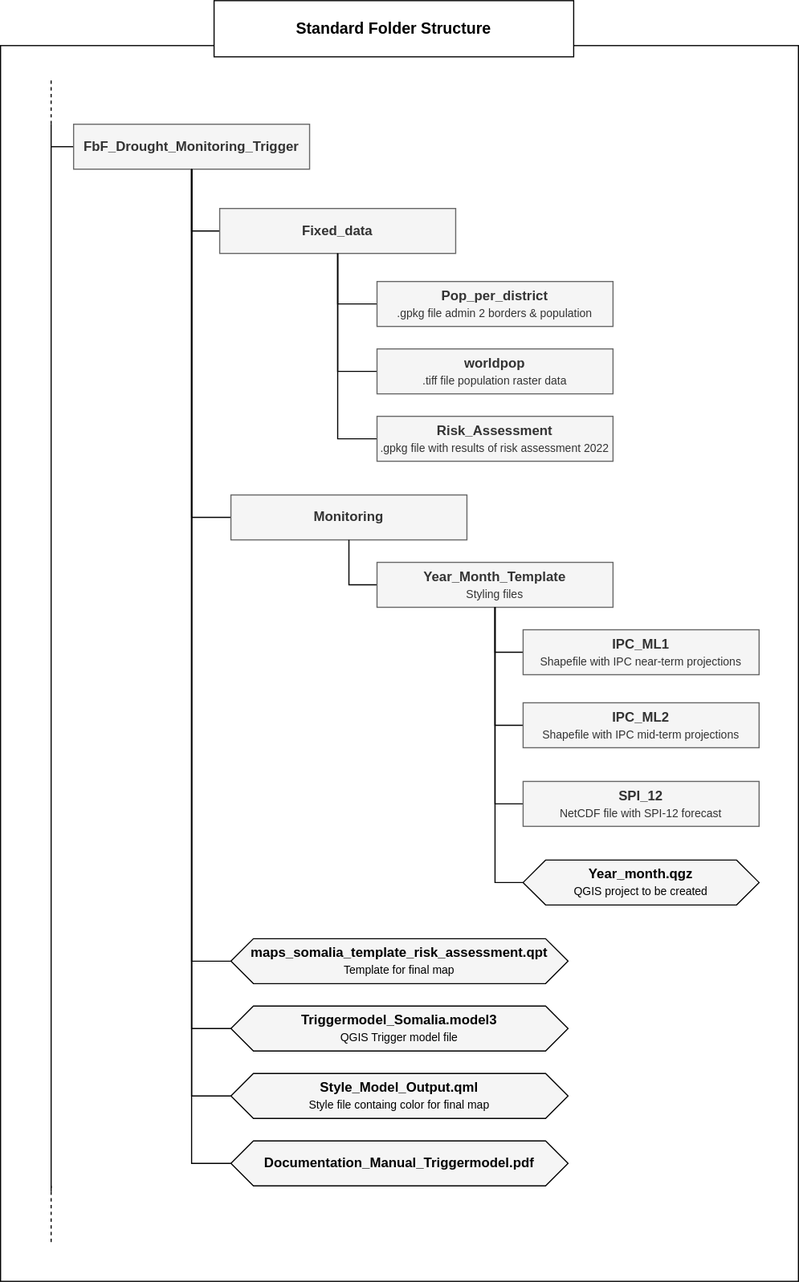
Above: _images/Folder_structure_FbF_Drought_Monitoring_Trigger.drawio.svg in nanometrenat/gis-training-resource-center (draw.io), before the change. Source tidied: cells renumbered, new cells last; positions are measured from the earlier drawing's top-left corner, leaving out a move shared by most shapes.
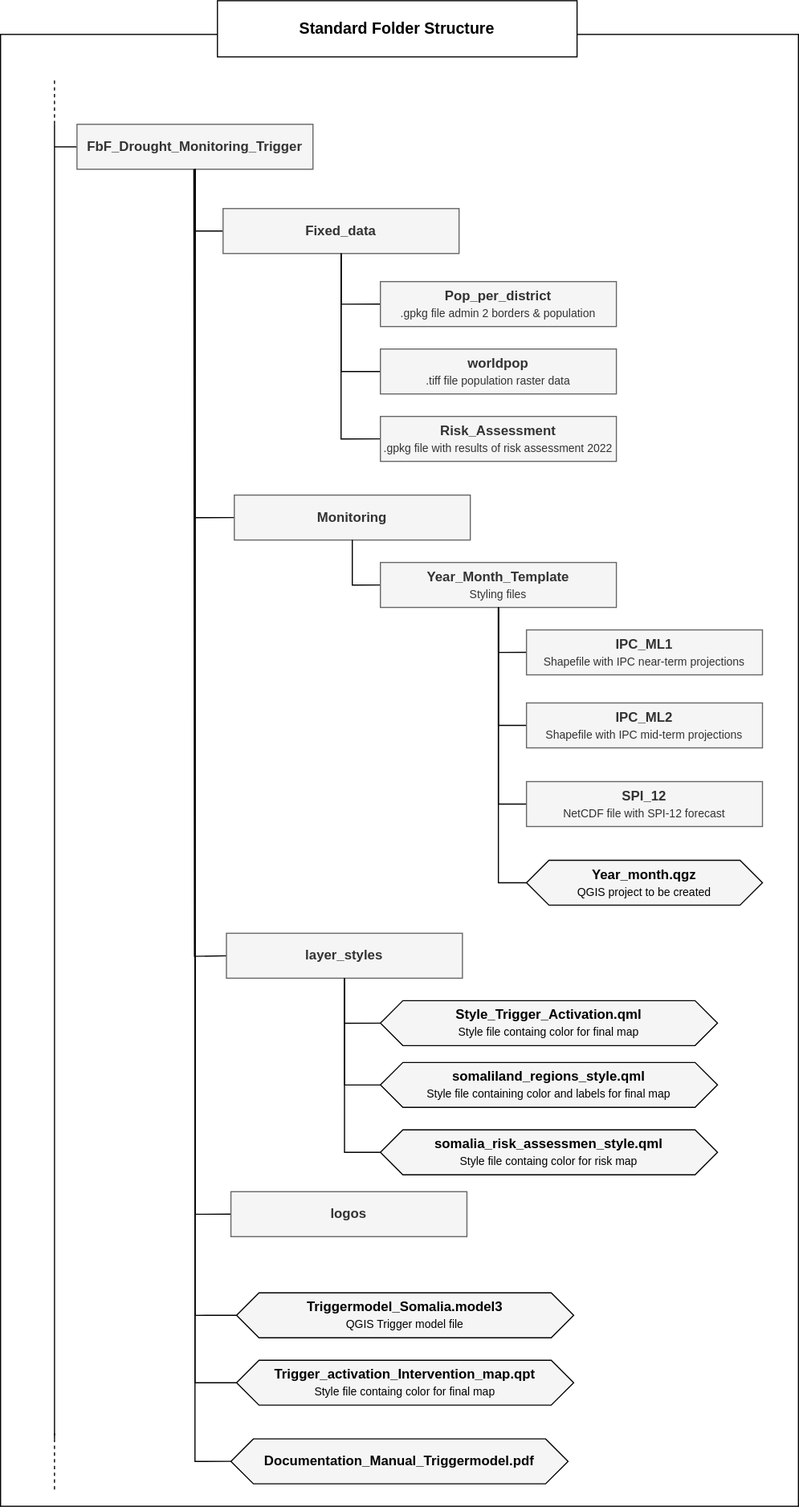
Later version of the same file.

Commit message:
deploy: adf7c425bab0e7fe74fbc9415118c33615008d20

What changed in the source:
```diff
@@ -3,11 +3,11 @@
     <mxCell id="0" />
     <mxCell id="1" parent="0" />
     <mxCell id="2" style="rounded=0;whiteSpace=wrap;html=1;" parent="1" vertex="1">
-      <mxGeometry y="40" width="710" height="1100" as="geometry" />
+      <mxGeometry x="-3" y="30" width="710" height="1310" as="geometry" />
     </mxCell>
     <mxCell id="3" style="endArrow=none;html=1;rounded=0;" parent="1" edge="1">
       <mxGeometry relative="1" as="geometry">
-        <mxPoint x="45" y="1060" as="sourcePoint" />
+        <mxPoint x="45" y="1280" as="sourcePoint" />
         <mxPoint x="45" y="110" as="targetPoint" />
       </mxGeometry>
     </mxCell>
@@ -48,34 +48,22 @@
     </mxCell>
     <mxCell id="14" style="endArrow=none;dashed=1;html=1;rounded=0;" parent="1" edge="1">
       <mxGeometry relative="1" as="geometry">
-        <mxPoint x="45" y="1105" as="sourcePoint" />
-        <mxPoint x="45" y="1055" as="targetPoint" />
+        <mxPoint x="45" y="1325" as="sourcePoint" />
+        <mxPoint x="45" y="1275" as="targetPoint" />
       </mxGeometry>
     </mxCell>
-    <mxCell id="15" style="edgeStyle=orthogonalEdgeStyle;rounded=0;jettySize=auto;html=1;entryX=0.5;entryY=1;entryDx=0;entryDy=0;exitX=0;exitY=0.5;exitDx=0;exitDy=0;endArrow=none;endFill=0;" parent="1" edge="1" source="16" target="6">
-      <mxGeometry relative="1" as="geometry" />
-    </mxCell>
-    <mxCell id="16" value="maps_somalia_template_risk_assessment.qpt&lt;br style=&quot;font-size: 11px;&quot;&gt;&lt;font size=&quot;1&quot;&gt;&lt;span style=&quot;font-weight: 400;&quot;&gt;Template for final map&lt;/span&gt;&lt;/font&gt;" style="shape=hexagon;perimeter=hexagonPerimeter2;whiteSpace=wrap;html=1;fixedSize=1;fillColor=#F5F5F5;fontStyle=1;" parent="1" vertex="1">
-      <mxGeometry x="205" y="835" width="300" height="40" as="geometry" />
-    </mxCell>
     <mxCell id="17" style="edgeStyle=orthogonalEdgeStyle;rounded=0;jettySize=auto;html=1;entryX=0.5;entryY=1;entryDx=0;entryDy=0;exitX=0;exitY=0.5;exitDx=0;exitDy=0;endArrow=none;endFill=0;" parent="1" edge="1" source="18" target="6">
       <mxGeometry relative="1" as="geometry" />
     </mxCell>
     <mxCell id="18" value="Triggermodel_Somalia.model3&lt;br style=&quot;font-size: 11px;&quot;&gt;&lt;font size=&quot;1&quot;&gt;&lt;span style=&quot;font-weight: 400;&quot;&gt;QGIS Trigger model file&lt;/span&gt;&lt;/font&gt;" style="shape=hexagon;perimeter=hexagonPerimeter2;whiteSpace=wrap;html=1;fixedSize=1;fillColor=#F5F5F5;fontStyle=1;" parent="1" vertex="1">
-      <mxGeometry x="205" y="895" width="300" height="40" as="geometry" />
+      <mxGeometry x="207" y="1150" width="300" height="40" as="geometry" />
     </mxCell>
     <mxCell id="19" style="edgeStyle=orthogonalEdgeStyle;rounded=0;jettySize=auto;html=1;entryX=0.5;entryY=1;entryDx=0;entryDy=0;exitX=0;exitY=0.5;exitDx=0;exitDy=0;endArrow=none;endFill=0;" parent="1" edge="1" source="20" target="6">
       <mxGeometry relative="1" as="geometry" />
     </mxCell>
-    <mxCell id="20" value="Style_Model_Output.qml&lt;br style=&quot;font-size: 11px;&quot;&gt;&lt;font size=&quot;1&quot;&gt;&lt;span style=&quot;font-weight: normal;&quot;&gt;Style file containg color for final map&lt;/span&gt;&lt;/font&gt;" style="shape=hexagon;perimeter=hexagonPerimeter2;whiteSpace=wrap;html=1;fixedSize=1;fillColor=#F5F5F5;fontStyle=1;" parent="1" vertex="1">
-      <mxGeometry x="205" y="955" width="300" height="40" as="geometry" />
+    <mxCell id="20" value="Trigger_activation_Intervention_map.qpt&lt;br style=&quot;font-size: 11px;&quot;&gt;&lt;font size=&quot;1&quot;&gt;&lt;span style=&quot;font-weight: normal;&quot;&gt;Style file containg color for final map&lt;/span&gt;&lt;/font&gt;" style="shape=hexagon;perimeter=hexagonPerimeter2;whiteSpace=wrap;html=1;fixedSize=1;fillColor=#F5F5F5;fontStyle=1;" parent="1" vertex="1">
+      <mxGeometry x="207" y="1210" width="300" height="40" as="geometry" />
     </mxCell>
-    <mxCell id="21" style="edgeStyle=orthogonalEdgeStyle;rounded=0;jettySize=auto;html=1;entryX=0.5;entryY=1;entryDx=0;entryDy=0;exitX=0;exitY=0.5;exitDx=0;exitDy=0;endArrow=none;endFill=0;" parent="1" edge="1" source="22" target="6">
-      <mxGeometry relative="1" as="geometry" />
-    </mxCell>
-    <mxCell id="22" value="&lt;p class=&quot;MsoNormal&quot;&gt;Documentation_Manual_Triggermodel.pdf&lt;/p&gt;" style="shape=hexagon;perimeter=hexagonPerimeter2;whiteSpace=wrap;html=1;fixedSize=1;fillColor=#F5F5F5;fontStyle=1;" parent="1" vertex="1">
-      <mxGeometry x="205" y="1015" width="300" height="40" as="geometry" />
-    </mxCell>
     <mxCell id="23" style="edgeStyle=orthogonalEdgeStyle;rounded=0;jettySize=auto;html=1;entryX=0.5;entryY=1;entryDx=0;entryDy=0;exitX=0;exitY=0.5;exitDx=0;exitDy=0;endArrow=none;endFill=0;" parent="1" edge="1" source="24" target="12">
       <mxGeometry relative="1" as="geometry" />
     </mxCell>
@@ -118,5 +106,44 @@
     <mxCell id="36" value="&lt;font style=&quot;&quot;&gt;&lt;b&gt;Risk_Assessment&lt;br&gt;&lt;/b&gt;&lt;span style=&quot;font-size: 10px;&quot;&gt;.gpkg file with results of risk assessment 2022&lt;/span&gt;&lt;br&gt;&lt;/font&gt;" style="rounded=0;whiteSpace=wrap;html=1;fillColor=#f5f5f5;fontColor=#333333;strokeColor=#666666;fontStyle=0;" parent="1" vertex="1">
       <mxGeometry x="335" y="370" width="210" height="40" as="geometry" />
     </mxCell>
+    <mxCell id="21" style="edgeStyle=orthogonalEdgeStyle;rounded=0;jettySize=auto;html=1;entryX=0.5;entryY=1;entryDx=0;entryDy=0;exitX=0;exitY=0.5;exitDx=0;exitDy=0;endArrow=none;endFill=0;" parent="1" edge="1" source="22" target="6">
+      <mxGeometry relative="1" as="geometry" />
+    </mxCell>
+    <mxCell id="22" value="&lt;p class=&quot;MsoNormal&quot;&gt;Documentation_Manual_Triggermodel.pdf&lt;/p&gt;" style="shape=hexagon;perimeter=hexagonPerimeter2;whiteSpace=wrap;html=1;fixedSize=1;fillColor=#F5F5F5;fontStyle=1;" parent="1" vertex="1">
+      <mxGeometry x="202" y="1280" width="300" height="40" as="geometry" />
+    </mxCell>
+    <mxCell id="37" style="edgeStyle=orthogonalEdgeStyle;rounded=0;orthogonalLoop=1;jettySize=auto;html=1;endArrow=none;endFill=0;" parent="1" edge="1">
+      <mxGeometry relative="1" as="geometry">
+        <mxPoint x="202" y="850" as="sourcePoint" />
+        <mxPoint x="169" y="150" as="targetPoint" />
+      </mxGeometry>
+    </mxCell>
+    <mxCell id="38" value="&lt;font style=&quot;&quot;&gt;&lt;b&gt;layer_styles&lt;/b&gt;&lt;br&gt;&lt;/font&gt;" style="rounded=0;whiteSpace=wrap;html=1;fillColor=#f5f5f5;fontColor=#333333;strokeColor=#666666;fontStyle=0;" parent="1" vertex="1">
+      <mxGeometry x="198" y="830" width="210" height="40" as="geometry" />
+    </mxCell>
+    <mxCell id="39" style="edgeStyle=orthogonalEdgeStyle;rounded=0;jettySize=auto;html=1;entryX=0.5;entryY=1;entryDx=0;entryDy=0;exitX=0;exitY=0.5;exitDx=0;exitDy=0;endArrow=none;endFill=0;" parent="1" edge="1" source="40" target="38">
+      <mxGeometry relative="1" as="geometry" />
+    </mxCell>
+    <mxCell id="40" value="&lt;p class=&quot;MsoNormal&quot;&gt;Style_Trigger_Activation.qml&lt;br style=&quot;border-color: var(--border-color); font-size: 11px;&quot;&gt;&lt;font style=&quot;border-color: var(--border-color); font-weight: normal;&quot; size=&quot;1&quot;&gt;Style file containg color for final map&lt;/font&gt;&lt;br&gt;&lt;/p&gt;" style="shape=hexagon;perimeter=hexagonPerimeter2;whiteSpace=wrap;html=1;fixedSize=1;fillColor=#F5F5F5;fontStyle=1;" parent="1" vertex="1">
+      <mxGeometry x="335" y="890" width="300" height="40" as="geometry" />
+    </mxCell>
+    <mxCell id="41" style="edgeStyle=orthogonalEdgeStyle;rounded=0;jettySize=auto;html=1;entryX=0.5;entryY=1;entryDx=0;entryDy=0;exitX=0;exitY=0.5;exitDx=0;exitDy=0;endArrow=none;endFill=0;" parent="1" edge="1" source="42" target="38">
+      <mxGeometry relative="1" as="geometry" />
+    </mxCell>
+    <mxCell id="42" value="somaliland_regions_style.qml&lt;br style=&quot;font-size: 11px;&quot;&gt;&lt;font size=&quot;1&quot;&gt;&lt;span style=&quot;font-weight: 400;&quot;&gt;Style file containing color and labels for final map&lt;/span&gt;&lt;/font&gt;" style="shape=hexagon;perimeter=hexagonPerimeter2;whiteSpace=wrap;html=1;fixedSize=1;fillColor=#F5F5F5;fontStyle=1;" parent="1" vertex="1">
+      <mxGeometry x="335" y="945" width="300" height="40" as="geometry" />
+    </mxCell>
+    <mxCell id="43" style="edgeStyle=orthogonalEdgeStyle;rounded=0;jettySize=auto;html=1;entryX=0.5;entryY=1;entryDx=0;entryDy=0;endArrow=none;endFill=0;exitX=0;exitY=0.5;exitDx=0;exitDy=0;" parent="1" edge="1" source="44" target="38">
+      <mxGeometry relative="1" as="geometry" />
+    </mxCell>
+    <mxCell id="44" value="somalia_risk_assessmen_style.qml&lt;br style=&quot;font-size: 11px;&quot;&gt;&lt;font size=&quot;1&quot;&gt;&lt;span style=&quot;font-weight: normal;&quot;&gt;Style file containg color for risk map&lt;/span&gt;&lt;/font&gt;" style="shape=hexagon;perimeter=hexagonPerimeter2;whiteSpace=wrap;html=1;fixedSize=1;fillColor=#F5F5F5;fontStyle=1;" parent="1" vertex="1">
+      <mxGeometry x="335" y="1005" width="300" height="40" as="geometry" />
+    </mxCell>
+    <mxCell id="45" style="edgeStyle=orthogonalEdgeStyle;rounded=0;jettySize=auto;html=1;entryX=0.5;entryY=1;entryDx=0;entryDy=0;exitX=0;exitY=0.5;exitDx=0;exitDy=0;endArrow=none;endFill=0;" parent="1" edge="1" source="46" target="6">
+      <mxGeometry relative="1" as="geometry" />
+    </mxCell>
+    <mxCell id="46" value="&lt;font style=&quot;&quot;&gt;&lt;b&gt;logos&lt;/b&gt;&lt;br&gt;&lt;/font&gt;" style="rounded=0;whiteSpace=wrap;html=1;fillColor=#f5f5f5;fontColor=#333333;strokeColor=#666666;fontStyle=0;" parent="1" vertex="1">
+      <mxGeometry x="202" y="1060" width="210" height="40" as="geometry" />
+    </mxCell>
   </root>
 </mxGraphModel>
```
